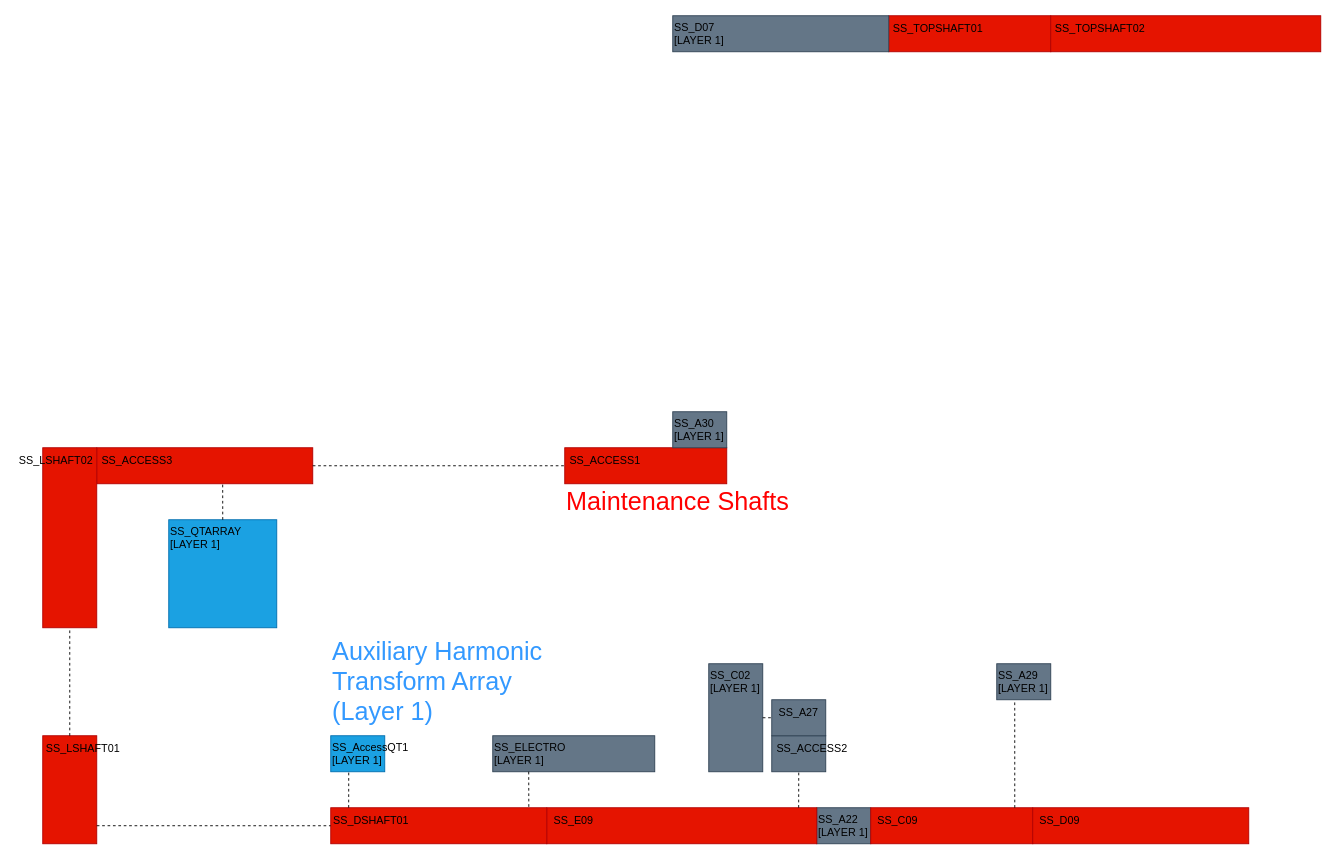
Above: page "Layer 3 - Maintenance Shafts" (3 of 3) of bonus/5p expansion.drawio in TabbyFlux/FP-Expansion (draw.io), before the change. Source tidied: cells renumbered, new cells numbered last; positions are measured from the earlier drawing's top-left corner, leaving out a move shared by most shapes. Both pictures are drawn from the tidied source at 90%, with x=0, y=0 at pixel (15, 15).
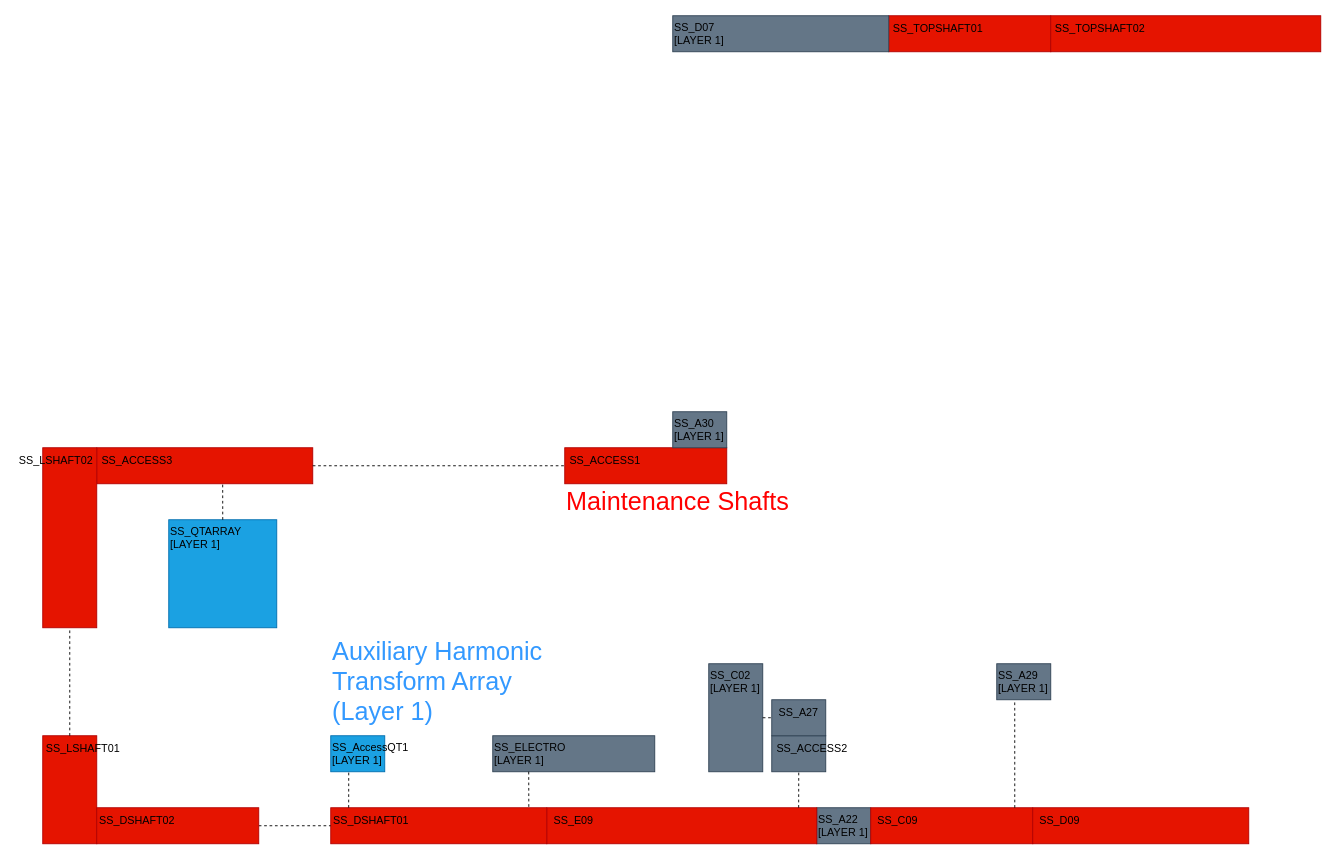
Above is the later version.

Unchanged cells that the change refers to:
```xml
<mxCell id="8" style="rounded=0;whiteSpace=wrap;html=1;fillColor=#e51400;fontColor=#ffffff;strokeColor=#B20000;" parent="1" vertex="1">
  <mxGeometry x="350" y="880" width="240" height="40" as="geometry" />
</mxCell>
<mxCell id="48" style="rounded=0;whiteSpace=wrap;html=1;fillColor=#e51400;fontColor=#ffffff;strokeColor=#B20000;" parent="1" vertex="1">
  <mxGeometry x="30" y="800" width="60" height="120" as="geometry" />
</mxCell>
```

Diff of the diagram source:
```diff
@@
-    <mxCell id="49" style="endArrow=none;dashed=1;html=1;rounded=0;exitX=1;exitY=0.833;exitDx=0;exitDy=0;exitPerimeter=0;entryX=0;entryY=0.5;entryDx=0;entryDy=0;" parent="1" edge="1" source="48" target="8">
+    <mxCell id="49" style="endArrow=none;dashed=1;html=1;rounded=0;entryX=0;entryY=0.5;entryDx=0;entryDy=0;exitX=1;exitY=0.5;exitDx=0;exitDy=0;" parent="1" edge="1" source="53" target="8">
       <mxGeometry relative="1" as="geometry" />
     </mxCell>
@@
+    <mxCell id="53" style="rounded=0;whiteSpace=wrap;html=1;fillColor=#e51400;fontColor=#ffffff;strokeColor=#B20000;" parent="1" vertex="1">
+      <mxGeometry x="90" y="880" width="180" height="40" as="geometry" />
+    </mxCell>
+    <mxCell id="54" value="SS_DSHAFT02" style="text;html=1;align=center;verticalAlign=middle;whiteSpace=wrap;rounded=0;" parent="1" vertex="1">
+      <mxGeometry x="90" y="880" width="90" height="30" as="geometry" />
+    </mxCell>
```
